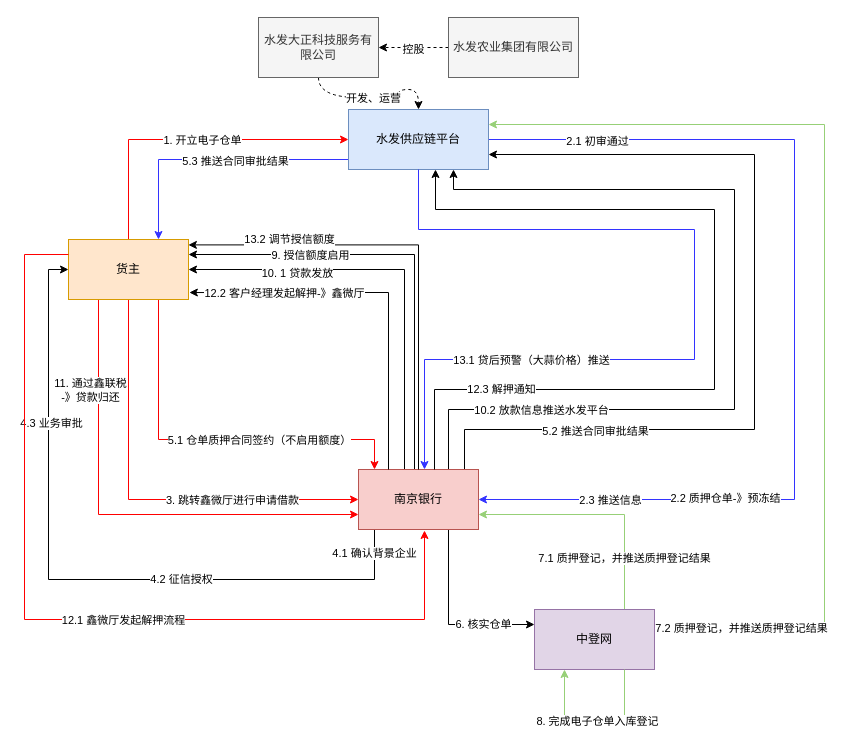
The draw.io diagram 蒜e贷流程图.drawio in crawlerWPS/drawing, before the edit. Source tidied: cells renumbered, new cells numbered last; positions are measured from the earlier drawing's top-left corner, leaving out a move shared by most shapes. Both pictures are drawn from the tidied source at 100%, with x=0, y=0 at pixel (24, 17).
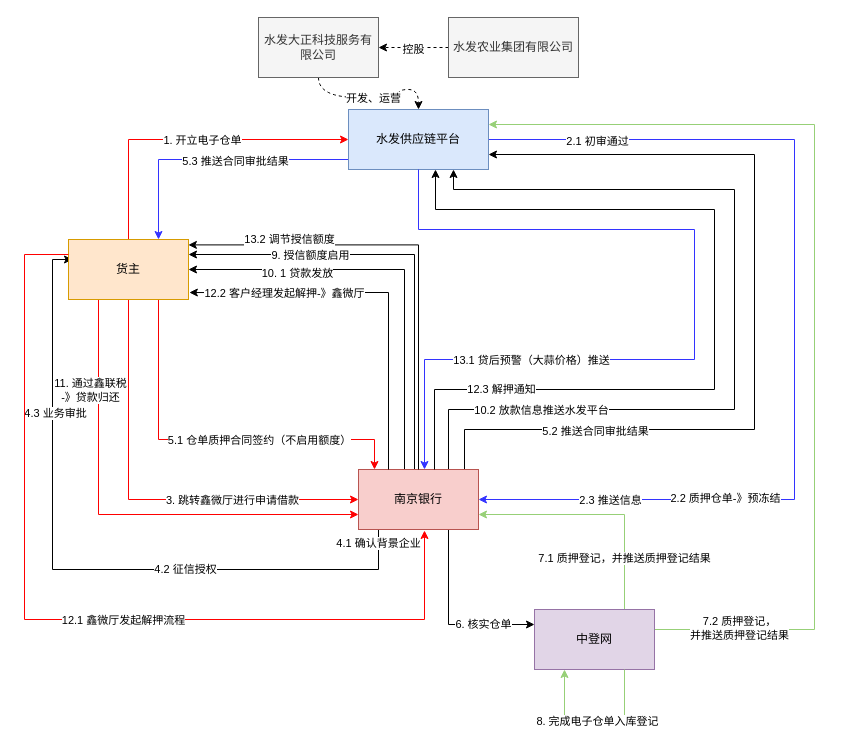
The same diagram, later.

Commit message:
更新蒜e贷流程图.drawio

The change refers to these unchanged cells:
```xml
<mxCell id="8" value="水发供应链平台" style="rounded=0;whiteSpace=wrap;html=1;fillColor=#dae8fc;strokeColor=#6c8ebf;" parent="1" vertex="1">
  <mxGeometry x="324" y="92" width="140" height="60" as="geometry" />
</mxCell>
<mxCell id="26" value="南京银行" style="whiteSpace=wrap;html=1;fillColor=#f8cecc;strokeColor=#b85450;" parent="1" vertex="1">
  <mxGeometry x="334" y="452" width="120" height="60" as="geometry" />
</mxCell>
<mxCell id="35" value="货主" style="whiteSpace=wrap;html=1;fillColor=#ffe6cc;strokeColor=#d79b00;" parent="1" vertex="1">
  <mxGeometry x="44" y="222" width="120" height="60" as="geometry" />
</mxCell>
<mxCell id="43" value="中登网" style="rounded=0;whiteSpace=wrap;html=1;fillColor=#e1d5e7;strokeColor=#9673a6;" parent="1" vertex="1">
  <mxGeometry x="510" y="592" width="120" height="60" as="geometry" />
</mxCell>
```

Diff of the diagram source:
```diff
@@
-    <mxCell id="12" style="edgeStyle=orthogonalEdgeStyle;rounded=0;jettySize=auto;html=1;entryX=0;entryY=0.5;entryDx=0;entryDy=0;" parent="1" edge="1" source="26" target="35">
+    <mxCell id="12" style="edgeStyle=orthogonalEdgeStyle;rounded=0;orthogonalLoop=1;jettySize=auto;html=1;entryX=0;entryY=0.5;entryDx=0;entryDy=0;" parent="1" edge="1">
       <mxGeometry relative="1" as="geometry">
+        <mxPoint x="354" y="502" as="sourcePoint" />
+        <mxPoint x="48" y="242" as="targetPoint" />
         <Array as="points">
-          <mxPoint x="350" y="562" />
-          <mxPoint x="24" y="562" />
-          <mxPoint x="24" y="252" />
+          <mxPoint x="354" y="552" />
+          <mxPoint x="28" y="552" />
+          <mxPoint x="28" y="242" />
         </Array>
       </mxGeometry>
     </mxCell>
@@
     <mxCell id="41" style="edgeStyle=orthogonalEdgeStyle;rounded=0;jettySize=auto;html=1;entryX=1;entryY=0.25;entryDx=0;entryDy=0;strokeColor=#97D077;" parent="1" edge="1" source="43" target="8">
       <mxGeometry relative="1" as="geometry">
         <Array as="points">
-          <mxPoint x="800" y="612" />
-          <mxPoint x="800" y="107" />
+          <mxPoint x="790" y="612" />
+          <mxPoint x="790" y="107" />
         </Array>
       </mxGeometry>
     </mxCell>
-    <mxCell id="42" value="7.2 质押登记，并推送质押登记结果" style="edgeLabel;html=1;align=center;verticalAlign=middle;" parent="41" vertex="1">
+    <mxCell id="42" value="7.2 质押登记，&lt;br&gt;并推送质押登记结果" style="edgeLabel;html=1;align=center;verticalAlign=middle;" parent="41" vertex="1">
       <mxGeometry x="-0.83" y="2" relative="1" as="geometry" />
     </mxCell>
```
